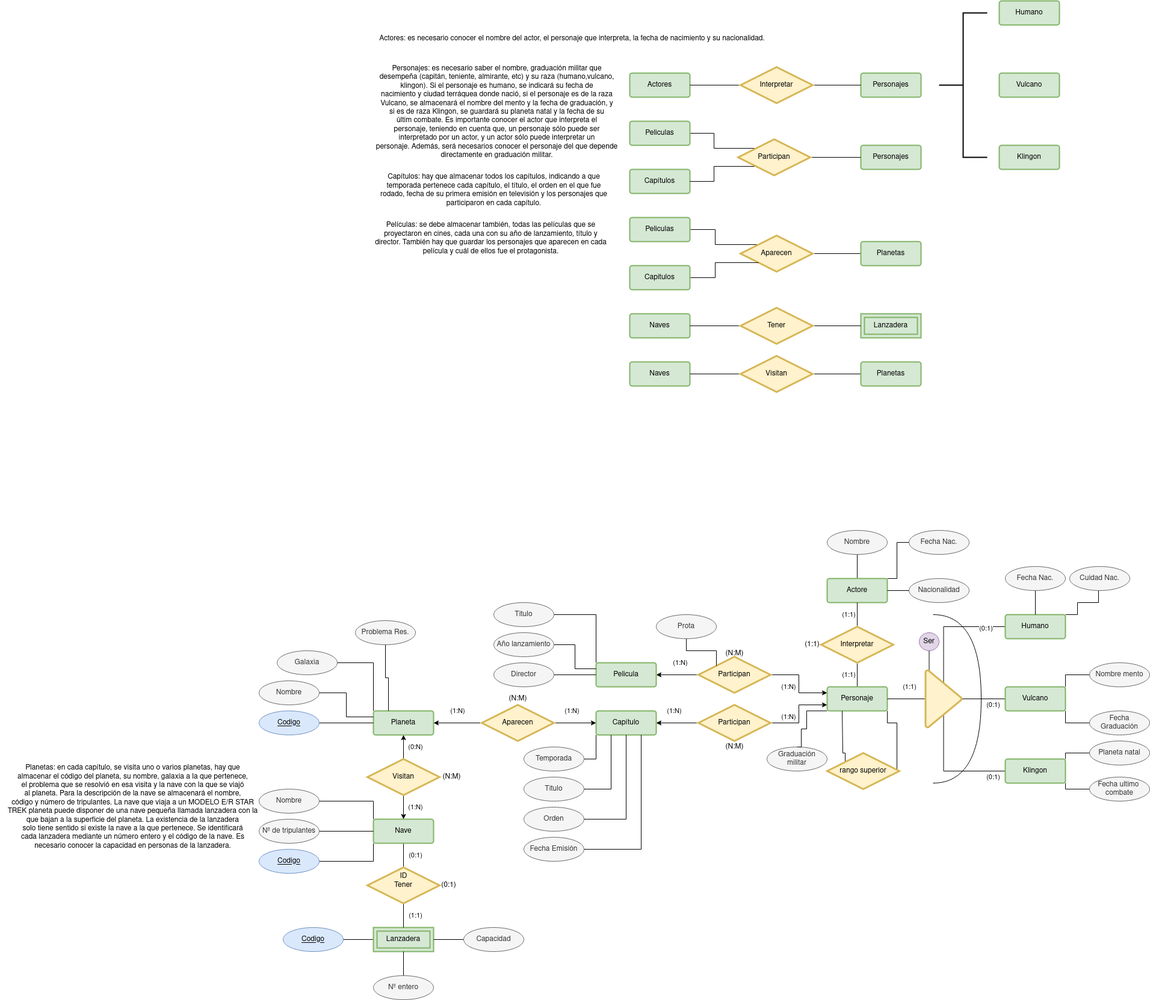
Above: tareas base de datos/Diagrama_10/ejercicio_10.drawio.png in Angel-L-G/Base-Datos (draw.io), before the change. Source tidied: cells renumbered, new cells last; positions are measured from the earlier drawing's top-left corner, leaving out a move shared by most shapes.
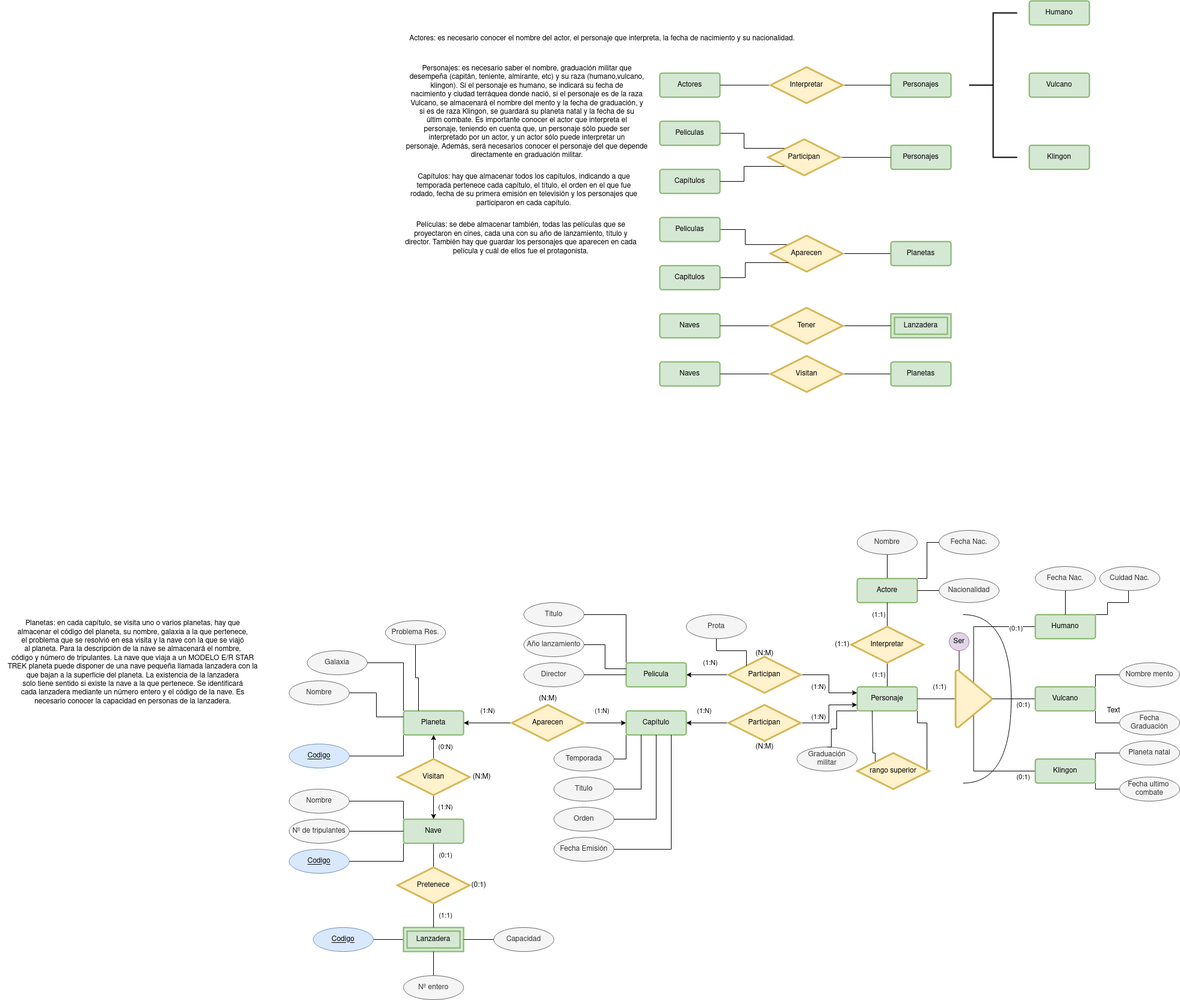
Above is the later version.

Diff of the diagram source:
```diff
@@ -15,7 +15,7 @@
       <mxGeometry x="610" y="360" width="410" height="70" as="geometry" />
     </mxCell>
     <mxCell id="6" value="Planetas: en cada capítulo, se visita uno o varios planetas, hay que &lt;br/&gt;almacenar el código del planeta, su nombre, galaxia a la que pertenece, &lt;br/&gt;el problema que se resolvió en esa visita y la nave con la que se viajó &lt;br/&gt;al planeta. Para la descripción de la nave se almacenará el nombre, &lt;br/&gt;código y número de tripulantes. La nave que viaja a un MODELO E/R STAR &lt;br/&gt;TREK planeta puede disponer de una nave pequeña llamada lanzadera con la&lt;br/&gt; que bajan a la superficie del planeta. La existencia de la lanzadera &lt;br/&gt;solo tiene sentido si existe la nave a la que pertenece. Se identificará&lt;br/&gt; cada lanzadera mediante un número entero y el código de la nave. Es &lt;br/&gt;necesario conocer la capacidad en personas de la lanzadera." style="text;html=1;align=center;verticalAlign=middle;strokeColor=none;fillColor=none;" parent="1" vertex="1">
-      <mxGeometry y="1260" width="440" height="160" as="geometry" />
+      <mxGeometry x="-50" y="1020" width="440" height="160" as="geometry" />
     </mxCell>
     <mxCell id="7" value="Personajes" style="rounded=1;arcSize=10;whiteSpace=wrap;html=1;align=center;fillColor=#d5e8d4;strokeColor=#82b366;strokeWidth=2;" parent="1" vertex="1">
       <mxGeometry x="1430" y="120" width="100" height="40" as="geometry" />
@@ -194,7 +194,7 @@
     <mxCell id="63" value="(1:1)" style="edgeStyle=orthogonalEdgeStyle;rounded=0;jettySize=auto;html=1;entryX=0.5;entryY=0;entryDx=0;entryDy=0;endArrow=none;endFill=0;" parent="1" edge="1" source="64" target="61">
       <mxGeometry y="20" relative="1" as="geometry" />
     </mxCell>
-    <mxCell id="64" value="Tener" style="shape=rhombus;perimeter=rhombusPerimeter;whiteSpace=wrap;html=1;align=center;strokeWidth=3;fillColor=#fff2cc;strokeColor=#d6b656;" parent="1" vertex="1">
+    <mxCell id="64" value="Pretenece" style="shape=rhombus;perimeter=rhombusPerimeter;whiteSpace=wrap;html=1;align=center;strokeWidth=3;fillColor=#fff2cc;strokeColor=#d6b656;" parent="1" vertex="1">
       <mxGeometry x="610" y="1440" width="120" height="60" as="geometry" />
     </mxCell>
     <mxCell id="65" value="&lt;div&gt;Nave&lt;/div&gt;" style="rounded=1;arcSize=10;whiteSpace=wrap;html=1;align=center;fillColor=#d5e8d4;strokeColor=#82b366;strokeWidth=2;" parent="1" vertex="1">
@@ -245,11 +245,11 @@
     <mxCell id="80" value="Nombre" style="ellipse;whiteSpace=wrap;html=1;align=center;strokeWidth=1;fillColor=#f5f5f5;strokeColor=#666666;fontColor=#333333;" parent="1" vertex="1">
       <mxGeometry x="1374" y="880" width="100" height="40" as="geometry" />
     </mxCell>
-    <mxCell id="81" style="edgeStyle=orthogonalEdgeStyle;rounded=0;jettySize=auto;html=1;entryX=0;entryY=0.5;entryDx=0;entryDy=0;endArrow=none;endFill=0;" parent="1" edge="1" source="82" target="59">
+    <mxCell id="81" style="edgeStyle=orthogonalEdgeStyle;rounded=0;jettySize=auto;html=1;entryX=0;entryY=1;entryDx=0;entryDy=0;endArrow=none;endFill=0;" parent="1" edge="1" source="82" target="59">
       <mxGeometry relative="1" as="geometry" />
     </mxCell>
     <mxCell id="82" value="Codigo" style="ellipse;whiteSpace=wrap;html=1;align=center;fontStyle=4;strokeWidth=1;fillColor=#dae8fc;strokeColor=#6c8ebf;" parent="1" vertex="1">
-      <mxGeometry x="430" y="1180" width="100" height="40" as="geometry" />
+      <mxGeometry x="430" y="1235" width="100" height="40" as="geometry" />
     </mxCell>
     <mxCell id="83" style="edgeStyle=orthogonalEdgeStyle;rounded=0;jettySize=auto;html=1;entryX=1;entryY=0;entryDx=0;entryDy=0;endArrow=none;endFill=0;" parent="1" edge="1" source="84" target="41">
       <mxGeometry relative="1" as="geometry">
@@ -448,9 +448,6 @@
     <mxCell id="137" value="(N:M)" style="text;html=1;align=center;verticalAlign=middle;strokeColor=none;fillColor=none;" parent="1" vertex="1">
       <mxGeometry x="725" y="1275" width="50" height="30" as="geometry" />
     </mxCell>
-    <mxCell id="138" value="ID" style="text;html=1;align=center;verticalAlign=middle;strokeColor=none;fillColor=none;" parent="1" vertex="1">
-      <mxGeometry x="650" y="1440" width="40" height="30" as="geometry" />
-    </mxCell>
     <mxCell id="139" value="Codigo" style="ellipse;whiteSpace=wrap;html=1;align=center;fontStyle=4;strokeWidth=1;fillColor=#dae8fc;strokeColor=#6c8ebf;" parent="1" vertex="1">
       <mxGeometry x="470" y="1540" width="100" height="40" as="geometry" />
     </mxCell>
@@ -463,5 +460,8 @@
     <mxCell id="142" value="(N:M)" style="text;html=1;align=center;verticalAlign=middle;strokeColor=none;fillColor=none;" parent="1" vertex="1">
       <mxGeometry x="1195" y="1225" width="50" height="30" as="geometry" />
     </mxCell>
+    <mxCell id="143" value="Text" style="text;html=1;align=center;verticalAlign=middle;strokeColor=none;fillColor=none;" parent="1" vertex="1">
+      <mxGeometry x="1780" y="1170" width="40" height="20" as="geometry" />
+    </mxCell>
   </root>
 </mxGraphModel>
```
